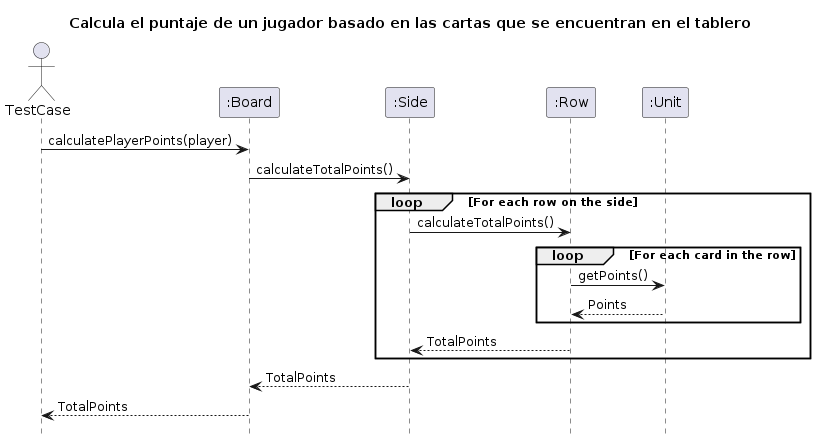
Yonhir/algo3_proyecto_base_tp2 keeps this PlantUML diagram as diagrams/sequences/DiagramaDeSecuencia1.png. Above is the earlier version. Source of this version:
```plantuml
@startuml DiagramaDeSecuencia1

hide footbox

title: Calcula el puntaje de un jugador basado en las cartas que se encuentran en el tablero

actor TestCase
participant ":Board" as board
participant ":Side" as side
participant ":Row" as row
participant ":Unit" as unit

TestCase -> board : calculatePlayerPoints(player)
board -> side : calculateTotalPoints()

loop For each row on the side
    side -> row : calculateTotalPoints()

    loop For each card in the row
        row -> unit : getPoints()
        unit --> row : Points
    end

    row --> side : TotalPoints
end

side --> board : TotalPoints
board --> TestCase : TotalPoints

@enduml
```
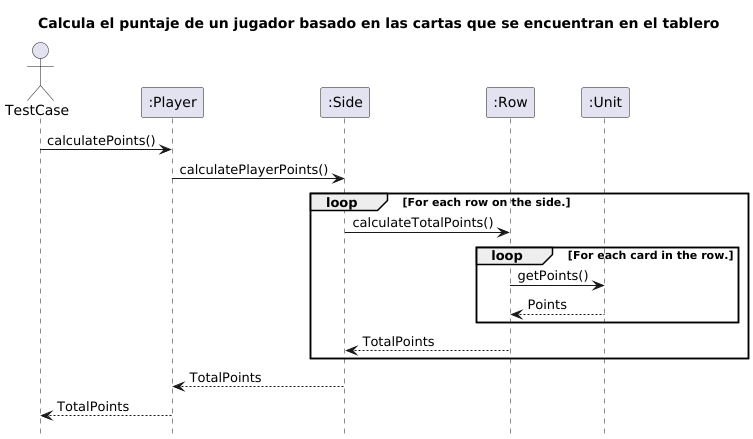
After the commit.

Commit message:
diagrama de secuencia corregido

Diff of the diagram source:
```diff
@@ -1,22 +1,22 @@
-@startuml DiagramaDeSecuencia1
+@startuml
 
 hide footbox
-
-title: Calcula el puntaje de un jugador basado en las cartas que se encuentran en el tablero
+title Calcula el puntaje de un jugador basado en las cartas que se encuentran en el tablero
 
 actor TestCase
-participant ":Board" as board
+
+participant ":Player" as player
 participant ":Side" as side
 participant ":Row" as row
 participant ":Unit" as unit
 
-TestCase -> board : calculatePlayerPoints(player)
-board -> side : calculateTotalPoints()
+TestCase -> player : calculatePoints()
+player -> side : calculatePlayerPoints()
 
-loop For each row on the side
+loop For each row on the side.
     side -> row : calculateTotalPoints()
 
-    loop For each card in the row
+    loop For each card in the row.
         row -> unit : getPoints()
         unit --> row : Points
     end
@@ -24,7 +24,7 @@
     row --> side : TotalPoints
 end
 
-side --> board : TotalPoints
-board --> TestCase : TotalPoints
+side --> player : TotalPoints
+player --> TestCase : TotalPoints
 
 @enduml
```
